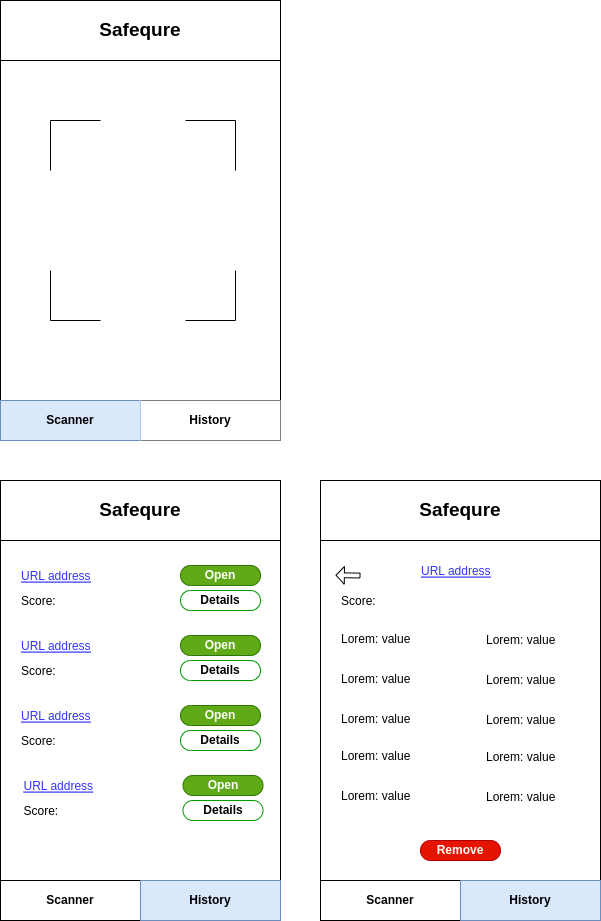
This is resources/safequre.drawio.png from GuibertLo/SafeQure, a draw.io export, as it was before one commit. Source tidied: cells renumbered, new cells last; positions are measured from the earlier drawing's top-left corner, leaving out a move shared by most shapes.
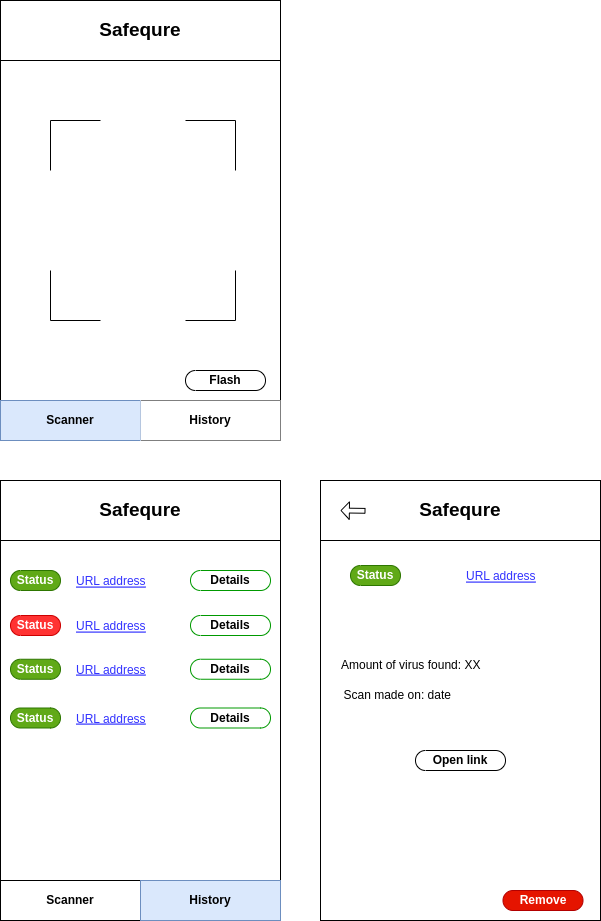
The same diagram one commit later.

Change to the diagram source:
```diff
@@ -51,111 +51,30 @@
       <mxGeometry y="480" width="280" height="60" as="geometry" />
     </mxCell>
     <mxCell id="14" value="URL address" style="text;strokeColor=none;fillColor=none;align=left;verticalAlign=middle;spacingLeft=4;spacingRight=4;overflow=hidden;fontSize=12;fontColor=#3333FF;fontStyle=4;" parent="1" vertex="1">
-      <mxGeometry x="15" y="560" width="80" height="30" as="geometry" />
+      <mxGeometry x="70" y="565" width="80" height="30" as="geometry" />
     </mxCell>
-    <mxCell id="15" value="Score:" style="text;strokeColor=none;fillColor=none;align=left;verticalAlign=middle;spacingLeft=4;spacingRight=4;overflow=hidden;fontSize=12;" parent="1" vertex="1">
-      <mxGeometry x="15" y="585" width="80" height="30" as="geometry" />
-    </mxCell>
-    <mxCell id="16" value="Open" style="strokeWidth=1;shadow=0;dashed=0;align=center;html=1;shape=mxgraph.mockup.buttons.button;strokeColor=#2D7600;mainText=;buttonStyle=round;fontSize=12;fontStyle=1;fillColor=#60a917;whiteSpace=wrap;fontColor=#ffffff;" parent="1" vertex="1">
-      <mxGeometry x="180" y="565" width="80" height="20" as="geometry" />
+    <mxCell id="16" value="Status" style="strokeWidth=1;shadow=0;dashed=0;align=center;html=1;shape=mxgraph.mockup.buttons.button;strokeColor=#2D7600;mainText=;buttonStyle=round;fontSize=12;fontStyle=1;fillColor=#60a917;whiteSpace=wrap;fontColor=#ffffff;" parent="1" vertex="1">
+      <mxGeometry x="10" y="570" width="50" height="20" as="geometry" />
     </mxCell>
     <mxCell id="17" value="Details" style="strokeWidth=1;shadow=0;dashed=0;align=center;html=1;shape=mxgraph.mockup.buttons.button;mainText=;buttonStyle=round;fontSize=12;fontStyle=1;whiteSpace=wrap;strokeColor=#009900;" parent="1" vertex="1">
-      <mxGeometry x="180" y="590" width="80" height="20" as="geometry" />
+      <mxGeometry x="190" y="570" width="80" height="20" as="geometry" />
     </mxCell>
-    <mxCell id="18" value="URL address" style="text;strokeColor=none;fillColor=none;align=left;verticalAlign=middle;spacingLeft=4;spacingRight=4;overflow=hidden;fontSize=12;fontColor=#3333FF;fontStyle=4;" parent="1" vertex="1">
-      <mxGeometry x="15" y="630" width="80" height="30" as="geometry" />
-    </mxCell>
-    <mxCell id="19" value="Score:" style="text;strokeColor=none;fillColor=none;align=left;verticalAlign=middle;spacingLeft=4;spacingRight=4;overflow=hidden;fontSize=12;" parent="1" vertex="1">
-      <mxGeometry x="15" y="655" width="80" height="30" as="geometry" />
-    </mxCell>
-    <mxCell id="20" value="Open" style="strokeWidth=1;shadow=0;dashed=0;align=center;html=1;shape=mxgraph.mockup.buttons.button;strokeColor=#2D7600;mainText=;buttonStyle=round;fontSize=12;fontStyle=1;fillColor=#60a917;whiteSpace=wrap;fontColor=#ffffff;" parent="1" vertex="1">
-      <mxGeometry x="180" y="635" width="80" height="20" as="geometry" />
-    </mxCell>
-    <mxCell id="21" value="Details" style="strokeWidth=1;shadow=0;dashed=0;align=center;html=1;shape=mxgraph.mockup.buttons.button;mainText=;buttonStyle=round;fontSize=12;fontStyle=1;whiteSpace=wrap;strokeColor=#009900;" parent="1" vertex="1">
-      <mxGeometry x="180" y="660" width="80" height="20" as="geometry" />
-    </mxCell>
-    <mxCell id="22" value="URL address" style="text;strokeColor=none;fillColor=none;align=left;verticalAlign=middle;spacingLeft=4;spacingRight=4;overflow=hidden;fontSize=12;fontColor=#3333FF;fontStyle=4;" parent="1" vertex="1">
-      <mxGeometry x="15" y="700" width="80" height="30" as="geometry" />
-    </mxCell>
-    <mxCell id="23" value="Score:" style="text;strokeColor=none;fillColor=none;align=left;verticalAlign=middle;spacingLeft=4;spacingRight=4;overflow=hidden;fontSize=12;" parent="1" vertex="1">
-      <mxGeometry x="15" y="725" width="80" height="30" as="geometry" />
-    </mxCell>
-    <mxCell id="24" value="Open" style="strokeWidth=1;shadow=0;dashed=0;align=center;html=1;shape=mxgraph.mockup.buttons.button;strokeColor=#2D7600;mainText=;buttonStyle=round;fontSize=12;fontStyle=1;fillColor=#60a917;whiteSpace=wrap;fontColor=#ffffff;" parent="1" vertex="1">
-      <mxGeometry x="180" y="705" width="80" height="20" as="geometry" />
-    </mxCell>
-    <mxCell id="25" value="Details" style="strokeWidth=1;shadow=0;dashed=0;align=center;html=1;shape=mxgraph.mockup.buttons.button;mainText=;buttonStyle=round;fontSize=12;fontStyle=1;whiteSpace=wrap;strokeColor=#009900;" parent="1" vertex="1">
-      <mxGeometry x="180" y="730" width="80" height="20" as="geometry" />
-    </mxCell>
-    <mxCell id="26" value="URL address" style="text;strokeColor=none;fillColor=none;align=left;verticalAlign=middle;spacingLeft=4;spacingRight=4;overflow=hidden;fontSize=12;fontColor=#3333FF;fontStyle=4;" parent="1" vertex="1">
-      <mxGeometry x="17.5" y="770" width="80" height="30" as="geometry" />
-    </mxCell>
-    <mxCell id="27" value="Score:" style="text;strokeColor=none;fillColor=none;align=left;verticalAlign=middle;spacingLeft=4;spacingRight=4;overflow=hidden;fontSize=12;" parent="1" vertex="1">
-      <mxGeometry x="17.5" y="795" width="80" height="30" as="geometry" />
-    </mxCell>
-    <mxCell id="28" value="Open" style="strokeWidth=1;shadow=0;dashed=0;align=center;html=1;shape=mxgraph.mockup.buttons.button;strokeColor=#2D7600;mainText=;buttonStyle=round;fontSize=12;fontStyle=1;fillColor=#60a917;whiteSpace=wrap;fontColor=#ffffff;" parent="1" vertex="1">
-      <mxGeometry x="182.5" y="775" width="80" height="20" as="geometry" />
-    </mxCell>
-    <mxCell id="29" value="Details" style="strokeWidth=1;shadow=0;dashed=0;align=center;html=1;shape=mxgraph.mockup.buttons.button;mainText=;buttonStyle=round;fontSize=12;fontStyle=1;whiteSpace=wrap;strokeColor=#009900;" parent="1" vertex="1">
-      <mxGeometry x="182.5" y="800" width="80" height="20" as="geometry" />
-    </mxCell>
     <mxCell id="30" style="rounded=0;whiteSpace=wrap;html=1;" parent="1" vertex="1">
       <mxGeometry x="320" y="480" width="280" height="440" as="geometry" />
     </mxCell>
-    <mxCell id="31" style="rounded=0;whiteSpace=wrap;html=1;" parent="1" vertex="1">
-      <mxGeometry x="320" y="880" width="280" height="40" as="geometry" />
-    </mxCell>
-    <mxCell id="32" value="Scanner" style="rounded=0;whiteSpace=wrap;html=1;fontStyle=1;" parent="1" vertex="1">
-      <mxGeometry x="320" y="880" width="140" height="40" as="geometry" />
-    </mxCell>
-    <mxCell id="33" value="History" style="rounded=0;whiteSpace=wrap;html=1;fontStyle=1;strokeColor=#6c8ebf;fillColor=#dae8fc;" parent="1" vertex="1">
-      <mxGeometry x="460" y="880" width="140" height="40" as="geometry" />
-    </mxCell>
     <mxCell id="34" value="Safequre" style="rounded=0;whiteSpace=wrap;html=1;strokeColor=default;fillColor=default;fontSize=19;fontStyle=1;" parent="1" vertex="1">
       <mxGeometry x="320" y="480" width="280" height="60" as="geometry" />
     </mxCell>
     <mxCell id="35" value="URL address" style="text;strokeColor=none;fillColor=none;align=left;verticalAlign=middle;spacingLeft=4;spacingRight=4;overflow=hidden;fontSize=12;fontColor=#3333FF;fontStyle=4;" parent="1" vertex="1">
-      <mxGeometry x="415" y="555" width="80" height="30" as="geometry" />
+      <mxGeometry x="460" y="560" width="80" height="30" as="geometry" />
     </mxCell>
-    <mxCell id="36" value="Score:" style="text;strokeColor=none;fillColor=none;align=left;verticalAlign=middle;spacingLeft=4;spacingRight=4;overflow=hidden;fontSize=12;" parent="1" vertex="1">
-      <mxGeometry x="335" y="585" width="80" height="30" as="geometry" />
-    </mxCell>
     <mxCell id="37" value="Remove" style="strokeWidth=1;shadow=0;dashed=0;align=center;html=1;shape=mxgraph.mockup.buttons.button;strokeColor=#B20000;mainText=;buttonStyle=round;fontSize=12;fontStyle=1;fillColor=#e51400;whiteSpace=wrap;fontColor=#ffffff;" parent="1" vertex="1">
-      <mxGeometry x="420" y="840" width="80" height="20" as="geometry" />
+      <mxGeometry x="502.5" y="890" width="80" height="20" as="geometry" />
     </mxCell>
-    <mxCell id="38" value="Lorem: value" style="text;strokeColor=none;fillColor=none;align=left;verticalAlign=middle;spacingLeft=4;spacingRight=4;overflow=hidden;fontSize=12;" parent="1" vertex="1">
-      <mxGeometry x="335" y="622.5" width="80" height="30" as="geometry" />
-    </mxCell>
-    <mxCell id="39" value="Lorem: value" style="text;strokeColor=none;fillColor=none;align=left;verticalAlign=middle;spacingLeft=4;spacingRight=4;overflow=hidden;fontSize=12;" parent="1" vertex="1">
-      <mxGeometry x="335" y="662.5" width="80" height="30" as="geometry" />
-    </mxCell>
-    <mxCell id="40" value="Lorem: value" style="text;strokeColor=none;fillColor=none;align=left;verticalAlign=middle;spacingLeft=4;spacingRight=4;overflow=hidden;fontSize=12;" parent="1" vertex="1">
-      <mxGeometry x="335" y="702.5" width="80" height="30" as="geometry" />
-    </mxCell>
-    <mxCell id="41" value="Lorem: value" style="text;strokeColor=none;fillColor=none;align=left;verticalAlign=middle;spacingLeft=4;spacingRight=4;overflow=hidden;fontSize=12;" parent="1" vertex="1">
-      <mxGeometry x="335" y="740" width="80" height="30" as="geometry" />
-    </mxCell>
-    <mxCell id="42" value="Lorem: value" style="text;strokeColor=none;fillColor=none;align=left;verticalAlign=middle;spacingLeft=4;spacingRight=4;overflow=hidden;fontSize=12;" parent="1" vertex="1">
-      <mxGeometry x="335" y="780" width="80" height="30" as="geometry" />
-    </mxCell>
-    <mxCell id="43" value="Lorem: value" style="text;strokeColor=none;fillColor=none;align=left;verticalAlign=middle;spacingLeft=4;spacingRight=4;overflow=hidden;fontSize=12;" parent="1" vertex="1">
-      <mxGeometry x="480" y="623.8" width="80" height="30" as="geometry" />
-    </mxCell>
-    <mxCell id="44" value="Lorem: value" style="text;strokeColor=none;fillColor=none;align=left;verticalAlign=middle;spacingLeft=4;spacingRight=4;overflow=hidden;fontSize=12;" parent="1" vertex="1">
-      <mxGeometry x="480" y="663.8" width="80" height="30" as="geometry" />
-    </mxCell>
-    <mxCell id="45" value="Lorem: value" style="text;strokeColor=none;fillColor=none;align=left;verticalAlign=middle;spacingLeft=4;spacingRight=4;overflow=hidden;fontSize=12;" parent="1" vertex="1">
-      <mxGeometry x="480" y="703.8" width="80" height="30" as="geometry" />
-    </mxCell>
-    <mxCell id="46" value="Lorem: value" style="text;strokeColor=none;fillColor=none;align=left;verticalAlign=middle;spacingLeft=4;spacingRight=4;overflow=hidden;fontSize=12;" parent="1" vertex="1">
-      <mxGeometry x="480" y="741.2" width="80" height="30" as="geometry" />
-    </mxCell>
-    <mxCell id="47" value="Lorem: value" style="text;strokeColor=none;fillColor=none;align=left;verticalAlign=middle;spacingLeft=4;spacingRight=4;overflow=hidden;fontSize=12;" parent="1" vertex="1">
-      <mxGeometry x="480" y="781.2" width="80" height="30" as="geometry" />
-    </mxCell>
     <mxCell id="48" style="shape=flexArrow;endArrow=classic;html=1;rounded=0;fontSize=12;fontColor=#3333FF;width=4.827586206896552;endSize=2.462068965517241;endWidth=11.843043995243757;" parent="1" edge="1">
       <mxGeometry relative="1" as="geometry">
-        <mxPoint x="360" y="575" as="sourcePoint" />
-        <mxPoint x="335" y="574.7" as="targetPoint" />
+        <mxPoint x="365" y="510.3" as="sourcePoint" />
+        <mxPoint x="340" y="510" as="targetPoint" />
       </mxGeometry>
     </mxCell>
     <mxCell id="49" style="endArrow=none;html=1;rounded=0;" parent="1" edge="1">
@@ -176,5 +95,47 @@
         </Array>
       </mxGeometry>
     </mxCell>
+    <mxCell id="51" value="URL address" style="text;strokeColor=none;fillColor=none;align=left;verticalAlign=middle;spacingLeft=4;spacingRight=4;overflow=hidden;fontSize=12;fontColor=#3333FF;fontStyle=4;" parent="1" vertex="1">
+      <mxGeometry x="70" y="610" width="80" height="30" as="geometry" />
+    </mxCell>
+    <mxCell id="52" value="Status" style="strokeWidth=1;shadow=0;dashed=0;align=center;html=1;shape=mxgraph.mockup.buttons.button;strokeColor=#CC0000;mainText=;buttonStyle=round;fontSize=12;fontStyle=1;fillColor=#FF3333;whiteSpace=wrap;fontColor=#ffffff;" parent="1" vertex="1">
+      <mxGeometry x="10" y="615" width="50" height="20" as="geometry" />
+    </mxCell>
+    <mxCell id="53" value="Details" style="strokeWidth=1;shadow=0;dashed=0;align=center;html=1;shape=mxgraph.mockup.buttons.button;mainText=;buttonStyle=round;fontSize=12;fontStyle=1;whiteSpace=wrap;strokeColor=#009900;" parent="1" vertex="1">
+      <mxGeometry x="190" y="615" width="80" height="20" as="geometry" />
+    </mxCell>
+    <mxCell id="54" value="URL address" style="text;strokeColor=none;fillColor=none;align=left;verticalAlign=middle;spacingLeft=4;spacingRight=4;overflow=hidden;fontSize=12;fontColor=#3333FF;fontStyle=4;" parent="1" vertex="1">
+      <mxGeometry x="70" y="653.8" width="80" height="30" as="geometry" />
+    </mxCell>
+    <mxCell id="55" value="Status" style="strokeWidth=1;shadow=0;dashed=0;align=center;html=1;shape=mxgraph.mockup.buttons.button;strokeColor=#2D7600;mainText=;buttonStyle=round;fontSize=12;fontStyle=1;fillColor=#60a917;whiteSpace=wrap;fontColor=#ffffff;" parent="1" vertex="1">
+      <mxGeometry x="10" y="658.8" width="50" height="20" as="geometry" />
+    </mxCell>
+    <mxCell id="56" value="Details" style="strokeWidth=1;shadow=0;dashed=0;align=center;html=1;shape=mxgraph.mockup.buttons.button;mainText=;buttonStyle=round;fontSize=12;fontStyle=1;whiteSpace=wrap;strokeColor=#009900;" parent="1" vertex="1">
+      <mxGeometry x="190" y="658.8" width="80" height="20" as="geometry" />
+    </mxCell>
+    <mxCell id="57" value="URL address" style="text;strokeColor=none;fillColor=none;align=left;verticalAlign=middle;spacingLeft=4;spacingRight=4;overflow=hidden;fontSize=12;fontColor=#3333FF;fontStyle=4;" parent="1" vertex="1">
+      <mxGeometry x="70" y="702.5" width="80" height="30" as="geometry" />
+    </mxCell>
+    <mxCell id="58" value="Status" style="strokeWidth=1;shadow=0;dashed=0;align=center;html=1;shape=mxgraph.mockup.buttons.button;strokeColor=#2D7600;mainText=;buttonStyle=round;fontSize=12;fontStyle=1;fillColor=#60a917;whiteSpace=wrap;fontColor=#ffffff;" parent="1" vertex="1">
+      <mxGeometry x="10" y="707.5" width="50" height="20" as="geometry" />
+    </mxCell>
+    <mxCell id="59" value="Details" style="strokeWidth=1;shadow=0;dashed=0;align=center;html=1;shape=mxgraph.mockup.buttons.button;mainText=;buttonStyle=round;fontSize=12;fontStyle=1;whiteSpace=wrap;strokeColor=#009900;" parent="1" vertex="1">
+      <mxGeometry x="190" y="707.5" width="80" height="20" as="geometry" />
+    </mxCell>
+    <mxCell id="60" value="Status" style="strokeWidth=1;shadow=0;dashed=0;align=center;html=1;shape=mxgraph.mockup.buttons.button;strokeColor=#2D7600;mainText=;buttonStyle=round;fontSize=12;fontStyle=1;fillColor=#60a917;whiteSpace=wrap;fontColor=#ffffff;" parent="1" vertex="1">
+      <mxGeometry x="350" y="565" width="50" height="20" as="geometry" />
+    </mxCell>
+    <mxCell id="61" value="Amount of virus found: XX" style="text;strokeColor=none;fillColor=none;align=left;verticalAlign=middle;spacingLeft=4;spacingRight=4;overflow=hidden;fontSize=12;fontColor=#000000;fontStyle=0;" parent="1" vertex="1">
+      <mxGeometry x="335" y="648.8" width="245" height="30" as="geometry" />
+    </mxCell>
+    <mxCell id="62" value="Scan made on: date" style="text;strokeColor=none;fillColor=none;align=left;verticalAlign=middle;spacingLeft=4;spacingRight=4;overflow=hidden;fontSize=12;fontColor=#000000;fontStyle=0;" parent="1" vertex="1">
+      <mxGeometry x="337.5" y="678.8" width="245" height="30" as="geometry" />
+    </mxCell>
+    <mxCell id="63" value="Flash" style="strokeWidth=1;shadow=0;dashed=0;align=center;html=1;shape=mxgraph.mockup.buttons.button;strokeColor=#000000;mainText=;buttonStyle=round;fontSize=12;fontStyle=1;fillColor=none;whiteSpace=wrap;fontColor=#000000;" parent="1" vertex="1">
+      <mxGeometry x="185" y="370" width="80" height="20" as="geometry" />
+    </mxCell>
+    <mxCell id="64" value="Open link" style="strokeWidth=1;shadow=0;dashed=0;align=center;html=1;shape=mxgraph.mockup.buttons.button;strokeColor=#000000;mainText=;buttonStyle=round;fontSize=12;fontStyle=1;fillColor=none;whiteSpace=wrap;fontColor=#000000;" parent="1" vertex="1">
+      <mxGeometry x="415" y="750" width="90" height="20" as="geometry" />
+    </mxCell>
   </root>
 </mxGraphModel>
```
